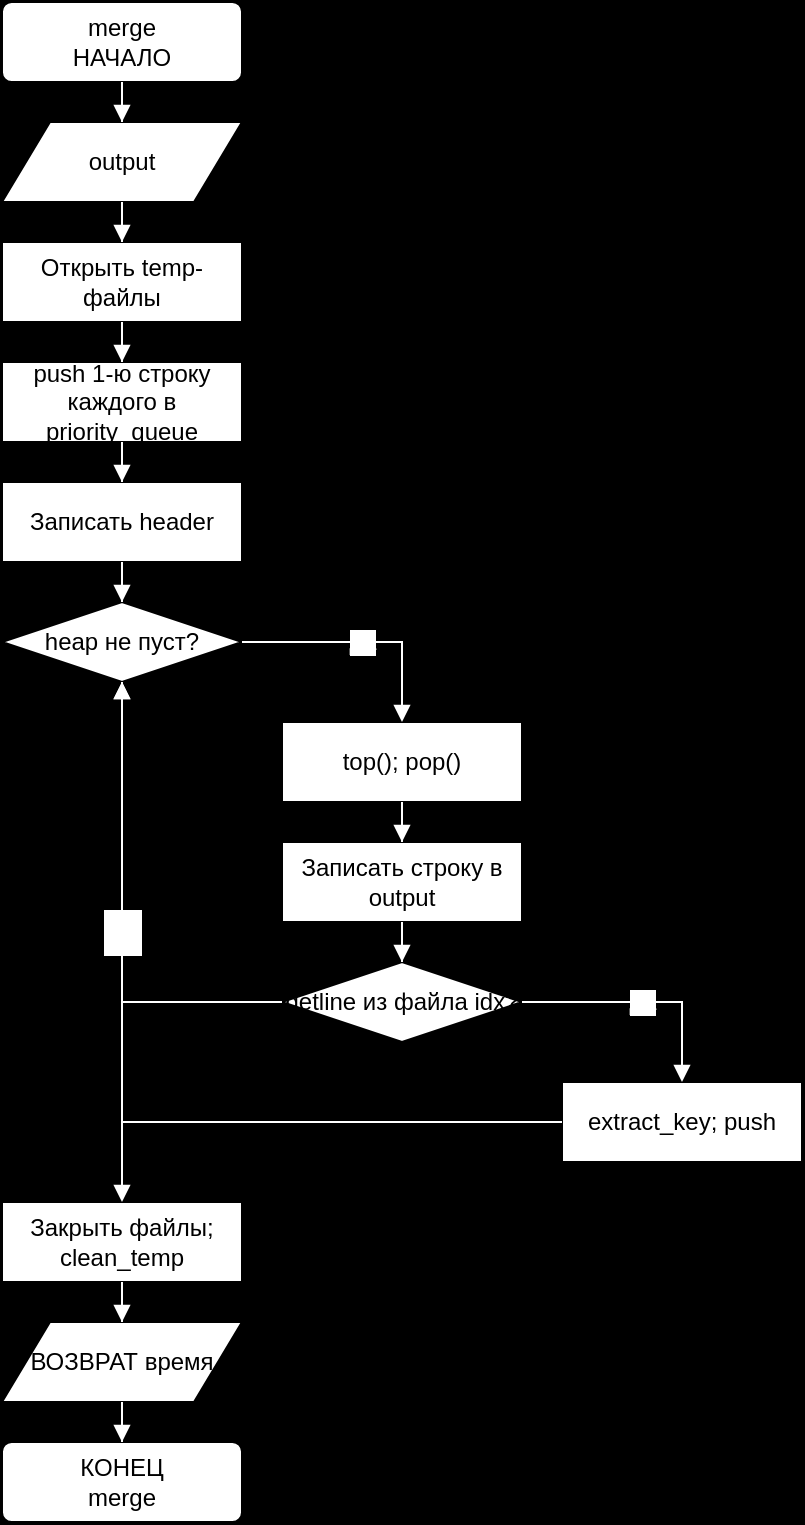
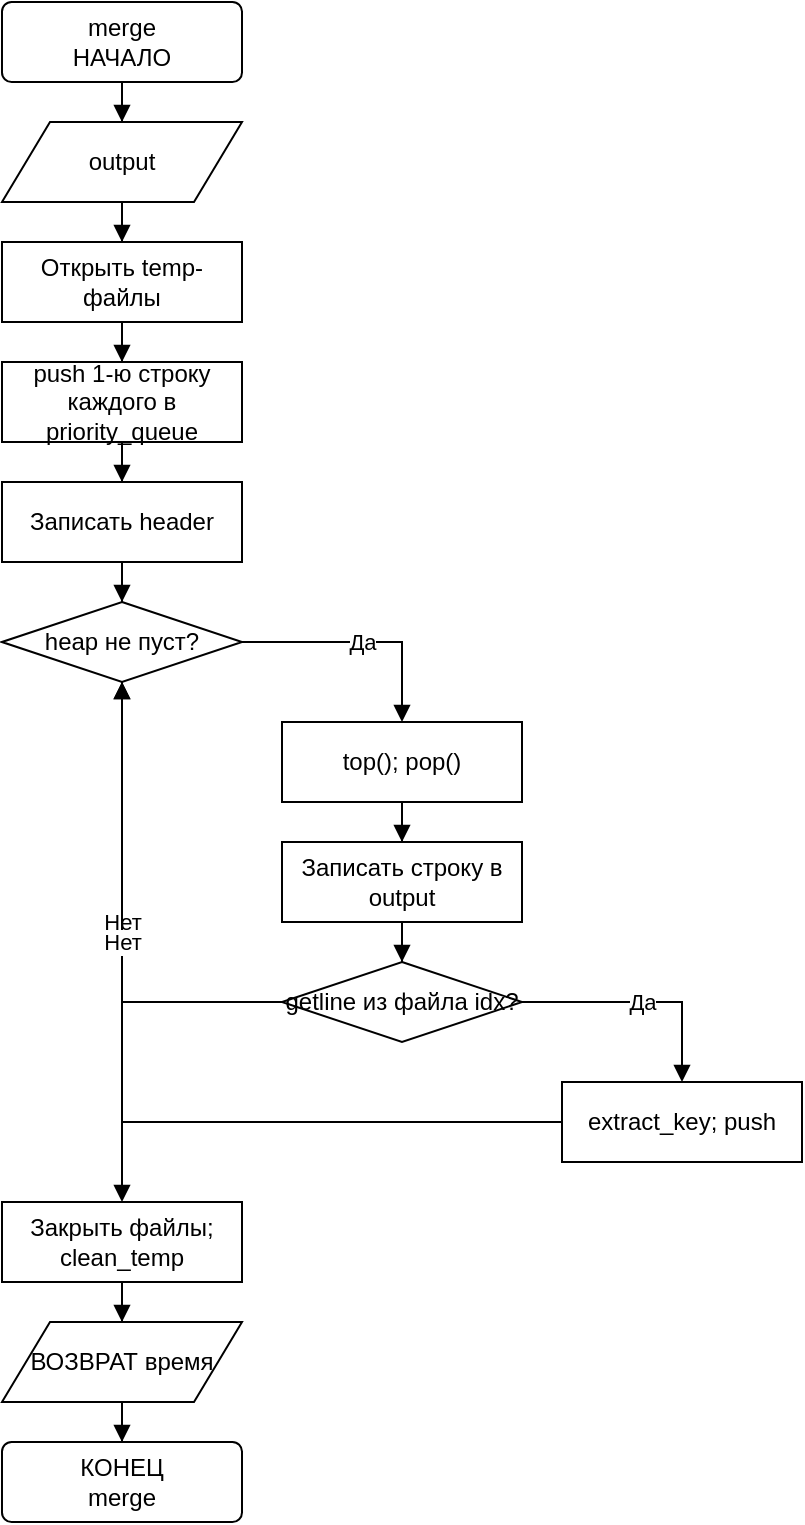
<mxfile host="Electron" version="29.6.1">
  <diagram name="Страница-1" id="d1">
-     <mxGraphModel dx="1400" dy="800" grid="1" gridSize="10" guides="1" tooltips="1" connect="1" arrows="1" fold="1" page="0" pageScale="1" pageWidth="827" pageHeight="1169" math="0" shadow="0" background="#000000">
+     <mxGraphModel dx="1400" dy="800" grid="1" gridSize="10" guides="1" tooltips="1" connect="1" arrows="1" fold="1" page="0" pageScale="1" pageWidth="827" pageHeight="1169" math="0" shadow="0" background="#ffffff">
      <root>
        <mxCell id="0" />
        <mxCell id="1" parent="0" />
        <mxCell id="a" value="&lt;div&gt;merge&lt;/div&gt;&lt;div&gt;НАЧАЛО&lt;/div&gt;" style="rounded=1;arcSize=12;whiteSpace=wrap;html=1;fillColor=#ffffff;strokeColor=#000000;fontColor=#000000;" vertex="1" parent="1"><mxGeometry x="160" y="0" width="120" height="40" as="geometry" /></mxCell>
        <mxCell id="io" value="output" style="shape=parallelogram;perimeter=parallelogramPerimeter;whiteSpace=wrap;html=1;fillColor=#ffffff;strokeColor=#000000;fontColor=#000000;" vertex="1" parent="1"><mxGeometry x="160" y="60" width="120" height="40" as="geometry" /></mxCell>
        <mxCell id="p1" value="Открыть temp-файлы" style="rounded=0;whiteSpace=wrap;html=1;fillColor=#ffffff;strokeColor=#000000;fontColor=#000000;" vertex="1" parent="1"><mxGeometry x="160" y="120" width="120" height="40" as="geometry" /></mxCell>
        <mxCell id="p2" value="push 1-ю строку каждого в priority_queue" style="rounded=0;whiteSpace=wrap;html=1;fillColor=#ffffff;strokeColor=#000000;fontColor=#000000;" vertex="1" parent="1"><mxGeometry x="160" y="180" width="120" height="40" as="geometry" /></mxCell>
        <mxCell id="p3" value="Записать header" style="rounded=0;whiteSpace=wrap;html=1;fillColor=#ffffff;strokeColor=#000000;fontColor=#000000;" vertex="1" parent="1"><mxGeometry x="160" y="240" width="120" height="40" as="geometry" /></mxCell>
        <mxCell id="c1" value="heap не пуст?" style="rhombus;whiteSpace=wrap;html=1;fillColor=#ffffff;strokeColor=#000000;fontColor=#000000;" vertex="1" parent="1"><mxGeometry x="160" y="300" width="120" height="40" as="geometry" /></mxCell>
        <mxCell id="b1" value="top(); pop()" style="rounded=0;whiteSpace=wrap;html=1;fillColor=#ffffff;strokeColor=#000000;fontColor=#000000;" vertex="1" parent="1"><mxGeometry x="300" y="360" width="120" height="40" as="geometry" /></mxCell>
        <mxCell id="b2" value="Записать строку в output" style="rounded=0;whiteSpace=wrap;html=1;fillColor=#ffffff;strokeColor=#000000;fontColor=#000000;" vertex="1" parent="1"><mxGeometry x="300" y="420" width="120" height="40" as="geometry" /></mxCell>
        <mxCell id="c2" value="getline из файла idx?" style="rhombus;whiteSpace=wrap;html=1;fillColor=#ffffff;strokeColor=#000000;fontColor=#000000;" vertex="1" parent="1"><mxGeometry x="300" y="480" width="120" height="40" as="geometry" /></mxCell>
        <mxCell id="b3" value="extract_key; push" style="rounded=0;whiteSpace=wrap;html=1;fillColor=#ffffff;strokeColor=#000000;fontColor=#000000;" vertex="1" parent="1"><mxGeometry x="440" y="540" width="120" height="40" as="geometry" /></mxCell>
        <mxCell id="p4" value="Закрыть файлы; clean_temp" style="rounded=0;whiteSpace=wrap;html=1;fillColor=#ffffff;strokeColor=#000000;fontColor=#000000;" vertex="1" parent="1"><mxGeometry x="160" y="600" width="120" height="40" as="geometry" /></mxCell>
        <mxCell id="ret" value="ВОЗВРАТ время" style="shape=parallelogram;perimeter=parallelogramPerimeter;whiteSpace=wrap;html=1;fillColor=#ffffff;strokeColor=#000000;fontColor=#000000;" vertex="1" parent="1"><mxGeometry x="160" y="660" width="120" height="40" as="geometry" /></mxCell>
        <mxCell id="e" value="&lt;div&gt;КОНЕЦ&lt;/div&gt;&lt;div&gt;merge&lt;/div&gt;" style="rounded=1;arcSize=12;whiteSpace=wrap;html=1;fillColor=#ffffff;strokeColor=#000000;fontColor=#000000;" vertex="1" parent="1"><mxGeometry x="160" y="720" width="120" height="40" as="geometry" /></mxCell>
-         <mxCell id="e0" value="" style="edgeStyle=orthogonalEdgeStyle;rounded=0;orthogonalLoop=1;jettySize=auto;html=1;endArrow=block;endFill=1;strokeColor=#ffffff;fontColor=#ffffff;" edge="1" parent="1" source="a" target="io"><mxGeometry relative="1" as="geometry" /></mxCell>
-         <mxCell id="e1" value="" style="edgeStyle=orthogonalEdgeStyle;rounded=0;orthogonalLoop=1;jettySize=auto;html=1;endArrow=block;endFill=1;strokeColor=#ffffff;fontColor=#ffffff;" edge="1" parent="1" source="io" target="p1"><mxGeometry relative="1" as="geometry" /></mxCell>
-         <mxCell id="e2" value="" style="edgeStyle=orthogonalEdgeStyle;rounded=0;orthogonalLoop=1;jettySize=auto;html=1;endArrow=block;endFill=1;strokeColor=#ffffff;fontColor=#ffffff;" edge="1" parent="1" source="p1" target="p2"><mxGeometry relative="1" as="geometry" /></mxCell>
-         <mxCell id="e3" value="" style="edgeStyle=orthogonalEdgeStyle;rounded=0;orthogonalLoop=1;jettySize=auto;html=1;endArrow=block;endFill=1;strokeColor=#ffffff;fontColor=#ffffff;" edge="1" parent="1" source="p2" target="p3"><mxGeometry relative="1" as="geometry" /></mxCell>
-         <mxCell id="e4" value="" style="edgeStyle=orthogonalEdgeStyle;rounded=0;orthogonalLoop=1;jettySize=auto;html=1;endArrow=block;endFill=1;strokeColor=#ffffff;fontColor=#ffffff;" edge="1" parent="1" source="p3" target="c1"><mxGeometry relative="1" as="geometry" /></mxCell>
-         <mxCell id="e5" value="Да" style="edgeStyle=orthogonalEdgeStyle;rounded=0;orthogonalLoop=1;jettySize=auto;html=1;endArrow=block;endFill=1;strokeColor=#ffffff;fontColor=#ffffff;" edge="1" parent="1" source="c1" target="b1"><mxGeometry relative="1" as="geometry" /></mxCell>
-         <mxCell id="e6" value="" style="edgeStyle=orthogonalEdgeStyle;rounded=0;orthogonalLoop=1;jettySize=auto;html=1;endArrow=block;endFill=1;strokeColor=#ffffff;fontColor=#ffffff;" edge="1" parent="1" source="b1" target="b2"><mxGeometry relative="1" as="geometry" /></mxCell>
-         <mxCell id="e7" value="" style="edgeStyle=orthogonalEdgeStyle;rounded=0;orthogonalLoop=1;jettySize=auto;html=1;endArrow=block;endFill=1;strokeColor=#ffffff;fontColor=#ffffff;" edge="1" parent="1" source="b2" target="c2"><mxGeometry relative="1" as="geometry" /></mxCell>
-         <mxCell id="e8" value="Да" style="edgeStyle=orthogonalEdgeStyle;rounded=0;orthogonalLoop=1;jettySize=auto;html=1;endArrow=block;endFill=1;strokeColor=#ffffff;fontColor=#ffffff;" edge="1" parent="1" source="c2" target="b3"><mxGeometry relative="1" as="geometry" /></mxCell>
-         <mxCell id="e9" value="" style="edgeStyle=orthogonalEdgeStyle;rounded=0;orthogonalLoop=1;jettySize=auto;html=1;endArrow=block;endFill=1;strokeColor=#ffffff;fontColor=#ffffff;" edge="1" parent="1" source="b3" target="c1"><mxGeometry relative="1" as="geometry" /></mxCell>
-         <mxCell id="e10" value="Нет" style="edgeStyle=orthogonalEdgeStyle;rounded=0;orthogonalLoop=1;jettySize=auto;html=1;endArrow=block;endFill=1;strokeColor=#ffffff;fontColor=#ffffff;" edge="1" parent="1" source="c2" target="c1"><mxGeometry relative="1" as="geometry" /></mxCell>
-         <mxCell id="e11" value="Нет" style="edgeStyle=orthogonalEdgeStyle;rounded=0;orthogonalLoop=1;jettySize=auto;html=1;endArrow=block;endFill=1;strokeColor=#ffffff;fontColor=#ffffff;" edge="1" parent="1" source="c1" target="p4"><mxGeometry relative="1" as="geometry" /></mxCell>
-         <mxCell id="e12" value="" style="edgeStyle=orthogonalEdgeStyle;rounded=0;orthogonalLoop=1;jettySize=auto;html=1;endArrow=block;endFill=1;strokeColor=#ffffff;fontColor=#ffffff;" edge="1" parent="1" source="p4" target="ret"><mxGeometry relative="1" as="geometry" /></mxCell>
-         <mxCell id="e13" value="" style="edgeStyle=orthogonalEdgeStyle;rounded=0;orthogonalLoop=1;jettySize=auto;html=1;endArrow=block;endFill=1;strokeColor=#ffffff;fontColor=#ffffff;" edge="1" parent="1" source="ret" target="e"><mxGeometry relative="1" as="geometry" /></mxCell>
+         <mxCell id="e0" value="" style="edgeStyle=orthogonalEdgeStyle;rounded=0;orthogonalLoop=1;jettySize=auto;html=1;endArrow=block;endFill=1;strokeColor=#000000;fontColor=#000000;" edge="1" parent="1" source="a" target="io"><mxGeometry relative="1" as="geometry" /></mxCell>
+         <mxCell id="e1" value="" style="edgeStyle=orthogonalEdgeStyle;rounded=0;orthogonalLoop=1;jettySize=auto;html=1;endArrow=block;endFill=1;strokeColor=#000000;fontColor=#000000;" edge="1" parent="1" source="io" target="p1"><mxGeometry relative="1" as="geometry" /></mxCell>
+         <mxCell id="e2" value="" style="edgeStyle=orthogonalEdgeStyle;rounded=0;orthogonalLoop=1;jettySize=auto;html=1;endArrow=block;endFill=1;strokeColor=#000000;fontColor=#000000;" edge="1" parent="1" source="p1" target="p2"><mxGeometry relative="1" as="geometry" /></mxCell>
+         <mxCell id="e3" value="" style="edgeStyle=orthogonalEdgeStyle;rounded=0;orthogonalLoop=1;jettySize=auto;html=1;endArrow=block;endFill=1;strokeColor=#000000;fontColor=#000000;" edge="1" parent="1" source="p2" target="p3"><mxGeometry relative="1" as="geometry" /></mxCell>
+         <mxCell id="e4" value="" style="edgeStyle=orthogonalEdgeStyle;rounded=0;orthogonalLoop=1;jettySize=auto;html=1;endArrow=block;endFill=1;strokeColor=#000000;fontColor=#000000;" edge="1" parent="1" source="p3" target="c1"><mxGeometry relative="1" as="geometry" /></mxCell>
+         <mxCell id="e5" value="Да" style="edgeStyle=orthogonalEdgeStyle;rounded=0;orthogonalLoop=1;jettySize=auto;html=1;endArrow=block;endFill=1;strokeColor=#000000;fontColor=#000000;" edge="1" parent="1" source="c1" target="b1"><mxGeometry relative="1" as="geometry" /></mxCell>
+         <mxCell id="e6" value="" style="edgeStyle=orthogonalEdgeStyle;rounded=0;orthogonalLoop=1;jettySize=auto;html=1;endArrow=block;endFill=1;strokeColor=#000000;fontColor=#000000;" edge="1" parent="1" source="b1" target="b2"><mxGeometry relative="1" as="geometry" /></mxCell>
+         <mxCell id="e7" value="" style="edgeStyle=orthogonalEdgeStyle;rounded=0;orthogonalLoop=1;jettySize=auto;html=1;endArrow=block;endFill=1;strokeColor=#000000;fontColor=#000000;" edge="1" parent="1" source="b2" target="c2"><mxGeometry relative="1" as="geometry" /></mxCell>
+         <mxCell id="e8" value="Да" style="edgeStyle=orthogonalEdgeStyle;rounded=0;orthogonalLoop=1;jettySize=auto;html=1;endArrow=block;endFill=1;strokeColor=#000000;fontColor=#000000;" edge="1" parent="1" source="c2" target="b3"><mxGeometry relative="1" as="geometry" /></mxCell>
+         <mxCell id="e9" value="" style="edgeStyle=orthogonalEdgeStyle;rounded=0;orthogonalLoop=1;jettySize=auto;html=1;endArrow=block;endFill=1;strokeColor=#000000;fontColor=#000000;" edge="1" parent="1" source="b3" target="c1"><mxGeometry relative="1" as="geometry" /></mxCell>
+         <mxCell id="e10" value="Нет" style="edgeStyle=orthogonalEdgeStyle;rounded=0;orthogonalLoop=1;jettySize=auto;html=1;endArrow=block;endFill=1;strokeColor=#000000;fontColor=#000000;" edge="1" parent="1" source="c2" target="c1"><mxGeometry relative="1" as="geometry" /></mxCell>
+         <mxCell id="e11" value="Нет" style="edgeStyle=orthogonalEdgeStyle;rounded=0;orthogonalLoop=1;jettySize=auto;html=1;endArrow=block;endFill=1;strokeColor=#000000;fontColor=#000000;" edge="1" parent="1" source="c1" target="p4"><mxGeometry relative="1" as="geometry" /></mxCell>
+         <mxCell id="e12" value="" style="edgeStyle=orthogonalEdgeStyle;rounded=0;orthogonalLoop=1;jettySize=auto;html=1;endArrow=block;endFill=1;strokeColor=#000000;fontColor=#000000;" edge="1" parent="1" source="p4" target="ret"><mxGeometry relative="1" as="geometry" /></mxCell>
+         <mxCell id="e13" value="" style="edgeStyle=orthogonalEdgeStyle;rounded=0;orthogonalLoop=1;jettySize=auto;html=1;endArrow=block;endFill=1;strokeColor=#000000;fontColor=#000000;" edge="1" parent="1" source="ret" target="e"><mxGeometry relative="1" as="geometry" /></mxCell>
      </root>
    </mxGraphModel>
  </diagram>
</mxfile>